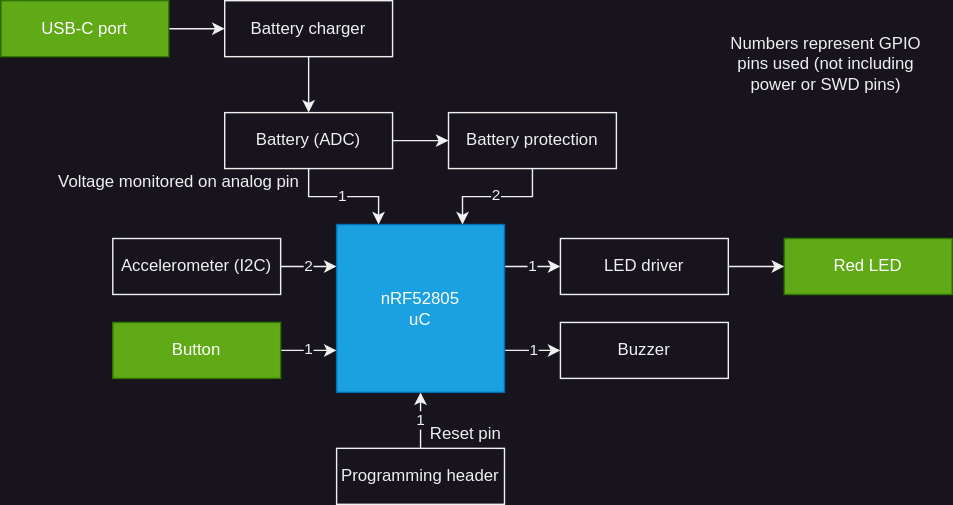
Earlier version of the draw.io export docs/DWG_HW-Architecture.svg (Embedded-Shark-LLC/BT-Bike-Light). Source tidied: cells renumbered, new cells last; positions are measured from the earlier drawing's top-left corner, leaving out a move shared by most shapes.
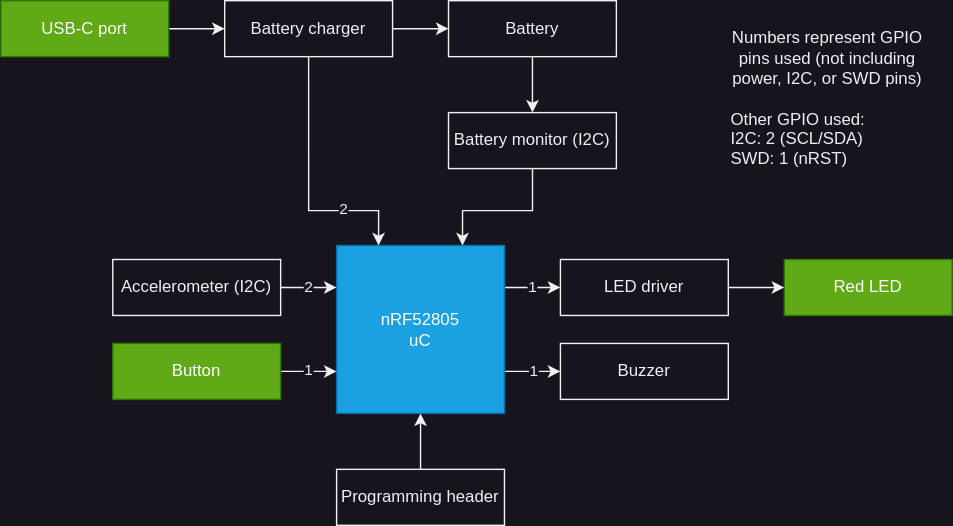
The same file after the commit.

Commit message:
Clean up schematic

What changed in the source:
```diff
@@ -36,39 +36,32 @@
     <mxCell id="11" value="Buzzer" style="rounded=0;whiteSpace=wrap;html=1;" parent="1" vertex="1">
       <mxGeometry x="400" y="230" width="120" height="40" as="geometry" />
     </mxCell>
-    <mxCell id="12" style="edgeStyle=orthogonalEdgeStyle;rounded=0;jettySize=auto;html=1;exitX=0.5;exitY=1;exitDx=0;exitDy=0;entryX=0.25;entryY=0;entryDx=0;entryDy=0;" parent="1" edge="1" source="15" target="6">
-      <mxGeometry relative="1" as="geometry" />
-    </mxCell>
-    <mxCell id="13" value="1" style="edgeLabel;html=1;align=center;verticalAlign=middle;" parent="12" vertex="1">
-      <mxGeometry x="-0.03" relative="1" as="geometry" />
-    </mxCell>
-    <mxCell id="14" style="edgeStyle=orthogonalEdgeStyle;rounded=0;jettySize=auto;html=1;exitX=1;exitY=0.5;exitDx=0;exitDy=0;entryX=0;entryY=0.5;entryDx=0;entryDy=0;" parent="1" edge="1" source="15" target="18">
+    <mxCell id="14" style="edgeStyle=orthogonalEdgeStyle;rounded=0;jettySize=auto;html=1;" parent="1" edge="1" source="15" target="18">
       <mxGeometry relative="1" as="geometry" />
     </mxCell>
-    <mxCell id="15" value="Battery (ADC)" style="rounded=0;whiteSpace=wrap;html=1;" parent="1" vertex="1">
-      <mxGeometry x="160" y="80" width="120" height="40" as="geometry" />
+    <mxCell id="15" value="Battery" style="rounded=0;whiteSpace=wrap;html=1;" parent="1" vertex="1">
+      <mxGeometry x="320" y="-15" width="120" height="40" as="geometry" />
     </mxCell>
     <mxCell id="16" style="edgeStyle=orthogonalEdgeStyle;rounded=0;jettySize=auto;html=1;entryX=0.75;entryY=0;entryDx=0;entryDy=0;" parent="1" edge="1" source="18" target="6">
-      <mxGeometry relative="1" as="geometry" />
+      <mxGeometry relative="1" as="geometry">
+        <Array as="points">
+          <mxPoint x="380" y="135" />
+          <mxPoint x="330" y="135" />
+        </Array>
+      </mxGeometry>
     </mxCell>
-    <mxCell id="17" value="2" style="edgeLabel;html=1;align=center;verticalAlign=middle;" parent="16" vertex="1">
-      <mxGeometry x="0.03" y="-1" relative="1" as="geometry" />
-    </mxCell>
-    <mxCell id="18" value="Battery protection" style="rounded=0;whiteSpace=wrap;html=1;" parent="1" vertex="1">
-      <mxGeometry x="320" y="80" width="120" height="40" as="geometry" />
+    <mxCell id="18" value="Battery monitor (I2C)" style="rounded=0;whiteSpace=wrap;html=1;" parent="1" vertex="1">
+      <mxGeometry x="320" y="65" width="120" height="40" as="geometry" />
     </mxCell>
     <mxCell id="19" style="edgeStyle=orthogonalEdgeStyle;rounded=0;jettySize=auto;html=1;" parent="1" edge="1" source="20" target="27">
       <mxGeometry relative="1" as="geometry" />
     </mxCell>
     <mxCell id="20" value="USB-C port" style="rounded=0;whiteSpace=wrap;html=1;fillColor=#60a917;fontColor=#ffffff;strokeColor=#2D7600;" parent="1" vertex="1">
-      <mxGeometry width="120" height="40" as="geometry" />
+      <mxGeometry y="-15" width="120" height="40" as="geometry" />
     </mxCell>
     <mxCell id="21" style="edgeStyle=orthogonalEdgeStyle;rounded=0;jettySize=auto;html=1;" parent="1" edge="1" source="23" target="6">
       <mxGeometry relative="1" as="geometry" />
     </mxCell>
-    <mxCell id="22" value="1" style="edgeLabel;html=1;align=center;verticalAlign=middle;" parent="21" vertex="1">
-      <mxGeometry x="0.04" relative="1" as="geometry" />
-    </mxCell>
     <mxCell id="23" value="Programming header" style="rounded=0;whiteSpace=wrap;html=1;" parent="1" vertex="1">
       <mxGeometry x="240" y="320" width="120" height="40" as="geometry" />
     </mxCell>
@@ -78,11 +71,22 @@
     <mxCell id="25" value="LED driver" style="rounded=0;whiteSpace=wrap;html=1;" parent="1" vertex="1">
       <mxGeometry x="400" y="170" width="120" height="40" as="geometry" />
     </mxCell>
+    <mxCell id="34" style="edgeStyle=orthogonalEdgeStyle;rounded=0;jettySize=auto;html=1;exitX=0.5;exitY=1;exitDx=0;exitDy=0;entryX=0.25;entryY=0;entryDx=0;entryDy=0;" parent="1" edge="1" source="27" target="6">
+      <mxGeometry relative="1" as="geometry">
+        <Array as="points">
+          <mxPoint x="220" y="135" />
+          <mxPoint x="270" y="135" />
+        </Array>
+      </mxGeometry>
+    </mxCell>
+    <mxCell id="17" value="2" style="edgeLabel;html=1;align=center;verticalAlign=middle;" parent="34" vertex="1">
+      <mxGeometry x="0.45" y="1" relative="1" as="geometry" />
+    </mxCell>
-    <mxCell id="26" style="edgeStyle=orthogonalEdgeStyle;rounded=0;jettySize=auto;html=1;exitX=0.5;exitY=1;exitDx=0;exitDy=0;entryX=0.5;entryY=0;entryDx=0;entryDy=0;" parent="1" edge="1" source="27" target="15">
+    <mxCell id="26" style="edgeStyle=orthogonalEdgeStyle;rounded=0;jettySize=auto;html=1;" parent="1" edge="1" source="27" target="15">
       <mxGeometry relative="1" as="geometry" />
     </mxCell>
     <mxCell id="27" value="Battery charger" style="rounded=0;whiteSpace=wrap;html=1;" parent="1" vertex="1">
-      <mxGeometry x="160" width="120" height="40" as="geometry" />
+      <mxGeometry x="160" y="-15" width="120" height="40" as="geometry" />
     </mxCell>
     <mxCell id="28" style="edgeStyle=orthogonalEdgeStyle;rounded=0;jettySize=auto;html=1;exitX=1;exitY=0.5;exitDx=0;exitDy=0;entryX=0;entryY=0.75;entryDx=0;entryDy=0;" parent="1" edge="1" source="30" target="6">
       <mxGeometry relative="1" as="geometry" />
@@ -93,14 +97,8 @@
     <mxCell id="30" value="Button" style="rounded=0;whiteSpace=wrap;html=1;fillColor=#60a917;fontColor=#ffffff;strokeColor=#2D7600;" parent="1" vertex="1">
       <mxGeometry x="80" y="230" width="120" height="40" as="geometry" />
     </mxCell>
-    <mxCell id="31" value="Numbers represent GPIO pins used (not including power or SWD pins)" style="text;html=1;align=center;verticalAlign=middle;whiteSpace=wrap;rounded=0;" parent="1" vertex="1">
-      <mxGeometry x="520" y="20" width="140" height="50" as="geometry" />
+    <mxCell id="31" value="&lt;div style=&quot;text-align: center;&quot;&gt;&lt;span style=&quot;background-color: initial;&quot;&gt;Numbers represent GPIO pins used (not including power, I2C, or SWD pins)&lt;/span&gt;&lt;/div&gt;&lt;br&gt;Other GPIO used:&lt;br&gt;I2C: 2 (SCL/SDA)&lt;br&gt;&lt;div style=&quot;&quot;&gt;&lt;span style=&quot;background-color: initial;&quot;&gt;SWD: 1 (nRST)&lt;br&gt;&lt;/span&gt;&lt;/div&gt;" style="text;html=1;align=left;verticalAlign=middle;whiteSpace=wrap;rounded=0;" parent="1" vertex="1">
+      <mxGeometry x="520" y="5" width="140" height="100" as="geometry" />
     </mxCell>
-    <mxCell id="32" value="Voltage monitored on analog pin" style="text;html=1;align=center;verticalAlign=middle;whiteSpace=wrap;rounded=0;fontSize=12;" parent="1" vertex="1">
-      <mxGeometry x="35" y="120" width="185" height="20" as="geometry" />
-    </mxCell>
-    <mxCell id="33" value="Reset pin" style="text;html=1;align=center;verticalAlign=middle;whiteSpace=wrap;rounded=0;fontSize=12;" parent="1" vertex="1">
-      <mxGeometry x="305" y="300" width="55" height="20" as="geometry" />
-    </mxCell>
   </root>
 </mxGraphModel>
```
